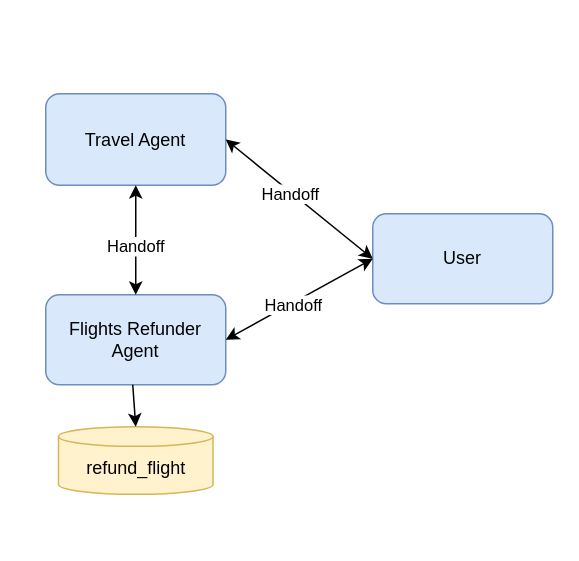
microsoft/autogen keeps this draw.io diagram as python/packages/autogen-core/docs/drawio/swarm_customer_support.drawio. Above is the earlier version. Source tidied: cells renumbered, new cells numbered last; positions are measured from the earlier drawing's top-left corner, leaving out a move shared by most shapes. Both pictures are drawn from the tidied source at 150%, with x=0, y=0 at pixel (45, 93).
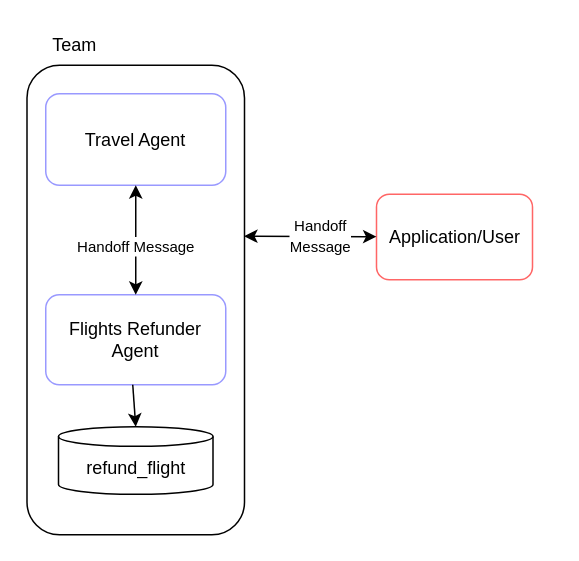
After the change.

What changed in the source:
```diff
@@
 <mxGraphModel>
   <root>
     <mxCell id="0" />
     <mxCell id="1" parent="0" />
+    <mxCell id="3" value="Application/User" style="rounded=1;whiteSpace=wrap;html=1;strokeColor=#FF6666;gradientColor=default;fillColor=none;" parent="1" vertex="1">
+      <mxGeometry x="220.5" y="67" width="104" height="57" as="geometry" />
+    </mxCell>
+    <mxCell id="13" value="Team" style="text;html=1;align=center;verticalAlign=middle;strokeColor=none;fillColor=none;" parent="1" vertex="1">
+      <mxGeometry x="-4.5" y="-45" width="47" height="26" as="geometry" />
+    </mxCell>
+    <mxCell id="14" style="rounded=1;whiteSpace=wrap;html=1;" parent="1" vertex="1">
+      <mxGeometry x="-12.5" y="-19" width="145" height="313" as="geometry" />
+    </mxCell>
-    <mxCell id="2" value="Travel Agent" style="rounded=1;whiteSpace=wrap;html=1;strokeColor=#6c8ebf;fillColor=#dae8fc;" parent="1" vertex="1">
+    <mxCell id="2" value="Travel Agent" style="rounded=1;whiteSpace=wrap;html=1;strokeColor=#9999FF;gradientColor=default;fillColor=none;" parent="1" vertex="1">
       <mxGeometry width="120" height="61" as="geometry" />
     </mxCell>
-    <mxCell id="3" value="User" style="rounded=1;whiteSpace=wrap;html=1;strokeColor=#6c8ebf;fillColor=#dae8fc;" parent="1" vertex="1">
-      <mxGeometry x="218" y="80" width="120" height="60" as="geometry" />
-    </mxCell>
-    <mxCell id="4" value="&lt;div&gt;&lt;span style=&quot;background-color: initial; --darkreader-inline-bgcolor: initial;&quot;&gt;Flights Refunder Agent&lt;/span&gt;&lt;/div&gt;" style="rounded=1;whiteSpace=wrap;html=1;strokeColor=#6c8ebf;fillColor=#dae8fc;" parent="1" vertex="1">
+    <mxCell id="4" value="&lt;div&gt;&lt;span style=&quot;background-color: initial; --darkreader-inline-bgcolor: initial;&quot;&gt;Flights Refunder Agent&lt;/span&gt;&lt;/div&gt;" style="rounded=1;whiteSpace=wrap;html=1;strokeColor=#9999FF;gradientColor=default;fillColor=none;" parent="1" vertex="1">
       <mxGeometry y="134" width="120" height="60" as="geometry" />
     </mxCell>
     <mxCell id="5" style="endArrow=classic;startArrow=classic;html=1;rounded=0;entryX=0.5;entryY=1;entryDx=0;entryDy=0;" parent="1" edge="1" source="4" target="2">
       <mxGeometry relative="1" as="geometry" />
     </mxCell>
-    <mxCell id="6" value="Handoff" style="edgeLabel;html=1;align=center;verticalAlign=middle;" parent="5" vertex="1">
-      <mxGeometry x="-0.06" y="1" relative="1" as="geometry">
-        <mxPoint y="1" as="offset" />
-      </mxGeometry>
-    </mxCell>
-    <mxCell id="7" style="endArrow=classic;startArrow=classic;html=1;rounded=0;exitX=1;exitY=0.5;exitDx=0;exitDy=0;entryX=0;entryY=0.5;entryDx=0;entryDy=0;" parent="1" edge="1" source="2" target="3">
-      <mxGeometry relative="1" as="geometry" />
-    </mxCell>
-    <mxCell id="8" value="Handoff" style="edgeLabel;html=1;align=center;verticalAlign=middle;" parent="7" vertex="1">
-      <mxGeometry x="-0.11" y="-1" relative="1" as="geometry" />
-    </mxCell>
-    <mxCell id="9" style="endArrow=classic;startArrow=classic;html=1;rounded=0;exitX=1;exitY=0.5;exitDx=0;exitDy=0;entryX=0;entryY=0.5;entryDx=0;entryDy=0;" parent="1" edge="1" source="4" target="3">
-      <mxGeometry relative="1" as="geometry" />
-    </mxCell>
-    <mxCell id="10" value="Handoff" style="edgeLabel;html=1;align=center;verticalAlign=middle;" parent="9" vertex="1">
-      <mxGeometry x="-0.11" y="-1" relative="1" as="geometry" />
-    </mxCell>
+    <mxCell id="15" value="&lt;font style=&quot;font-size: 10px;&quot;&gt;Handoff Message&lt;/font&gt;" style="edgeLabel;html=1;align=center;verticalAlign=middle;" parent="5" vertex="1">
+      <mxGeometry x="-0.06" y="1" relative="1" as="geometry">
+        <mxPoint y="1" as="offset" />
+      </mxGeometry>
+    </mxCell>
-    <mxCell id="11" value="refund_flight" style="shape=cylinder3;whiteSpace=wrap;html=1;boundedLbl=1;backgroundOutline=1;size=6.500000000000057;fillColor=#fff2cc;strokeColor=#d6b656;" parent="1" vertex="1">
+    <mxCell id="11" value="refund_flight" style="shape=cylinder3;whiteSpace=wrap;html=1;boundedLbl=1;backgroundOutline=1;size=6.500000000000057;" parent="1" vertex="1">
       <mxGeometry x="8.5" y="222" width="103" height="45" as="geometry" />
     </mxCell>
-    <mxCell id="12" style="endArrow=classic;html=1;rounded=0;entryX=0.5;entryY=0;entryDx=0;entryDy=0;entryPerimeter=0;" parent="1" edge="1" target="11">
-      <mxGeometry relative="1" as="geometry">
-        <mxPoint x="58" y="194" as="sourcePoint" />
-      </mxGeometry>
-    </mxCell>
+    <mxCell id="16" style="endArrow=classic;html=1;rounded=0;entryX=0.5;entryY=0;entryDx=0;entryDy=0;entryPerimeter=0;" parent="1" edge="1" target="11">
+      <mxGeometry relative="1" as="geometry">
+        <mxPoint x="58" y="194" as="sourcePoint" />
+      </mxGeometry>
+    </mxCell>
+    <mxCell id="17" style="endArrow=classic;startArrow=classic;html=1;rounded=0;exitX=0.998;exitY=0.364;exitDx=0;exitDy=0;exitPerimeter=0;" parent="1" edge="1" source="14" target="3">
+      <mxGeometry relative="1" as="geometry" />
+    </mxCell>
+    <mxCell id="18" value="&lt;font style=&quot;font-size: 10px;&quot;&gt;Handoff&lt;/font&gt;&lt;div&gt;&lt;font style=&quot;font-size: 10px;&quot;&gt;Message&lt;/font&gt;&lt;/div&gt;" style="edgeLabel;html=1;align=center;verticalAlign=middle;" parent="17" vertex="1">
+      <mxGeometry x="0.13" y="1" relative="1" as="geometry" />
+    </mxCell>
   </root>
 </mxGraphModel>
```
